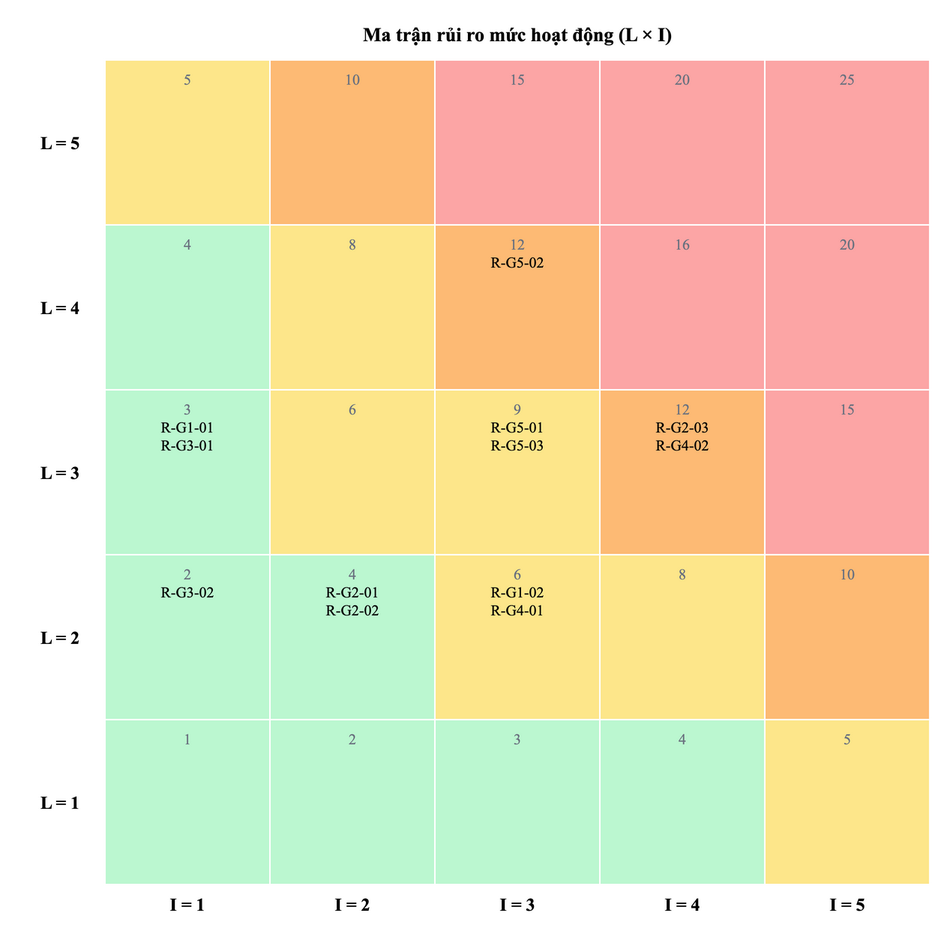
Earlier version of the draw.io export docs/m2-report/diagrams/06-risk-matrix.png (nvdson2005/Parking-Management-System). Source tidied: cells renumbered, new cells last; positions are measured from the earlier drawing's top-left corner, leaving out a move shared by most shapes.
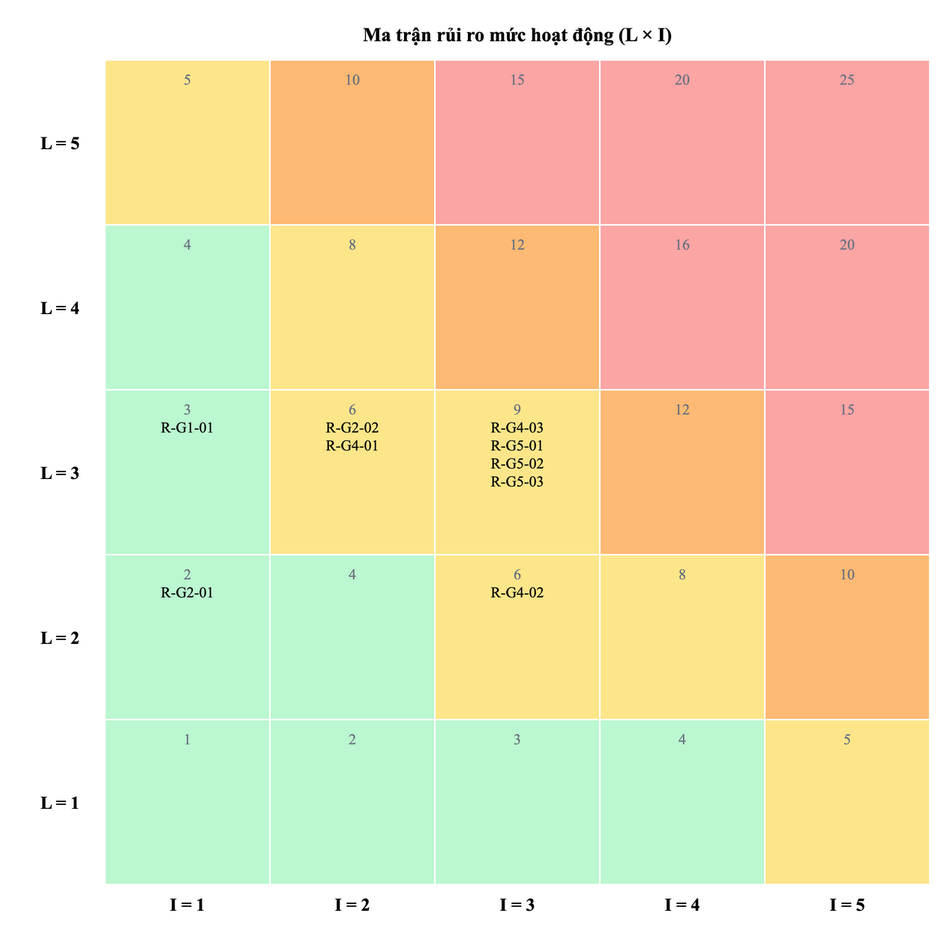
The same file after the commit.

The edit, as a diff of the source:
```diff
@@ -29,7 +29,7 @@
     <mxCell id="10" value="&lt;font color=&quot;#6B7280&quot;&gt;8&lt;/font&gt;&lt;br&gt;" style="fontFamily=Times New Roman;whiteSpace=wrap;html=1;fillColor=#FDE68A;strokeColor=#FFFFFF;verticalAlign=top;fontSize=10;" parent="1" vertex="1">
       <mxGeometry x="170" y="140" width="110" height="110" as="geometry" />
     </mxCell>
-    <mxCell id="11" value="&lt;font color=&quot;#6B7280&quot;&gt;12&lt;/font&gt;&lt;br&gt;R-G5-02" style="fontFamily=Times New Roman;whiteSpace=wrap;html=1;fillColor=#FDBA74;strokeColor=#FFFFFF;verticalAlign=top;fontSize=10;" parent="1" vertex="1">
+    <mxCell id="11" value="&lt;font color=&quot;#6B7280&quot;&gt;12&lt;/font&gt;&lt;br&gt;" style="fontFamily=Times New Roman;whiteSpace=wrap;html=1;fillColor=#FDBA74;strokeColor=#FFFFFF;verticalAlign=top;fontSize=10;" parent="1" vertex="1">
       <mxGeometry x="280" y="140" width="110" height="110" as="geometry" />
     </mxCell>
     <mxCell id="12" value="&lt;font color=&quot;#6B7280&quot;&gt;16&lt;/font&gt;&lt;br&gt;" style="fontFamily=Times New Roman;whiteSpace=wrap;html=1;fillColor=#FCA5A5;strokeColor=#FFFFFF;verticalAlign=top;fontSize=10;" parent="1" vertex="1">
@@ -41,16 +41,16 @@
     <mxCell id="14" value="L = 3" style="fontFamily=Times New Roman;whiteSpace=wrap;html=1;fillColor=none;strokeColor=none;fontStyle=1;" parent="1" vertex="1">
       <mxGeometry y="250" width="60" height="110" as="geometry" />
     </mxCell>
-    <mxCell id="15" value="&lt;font color=&quot;#6B7280&quot;&gt;3&lt;/font&gt;&lt;br&gt;R-G1-01&lt;br&gt;R-G3-01" style="fontFamily=Times New Roman;whiteSpace=wrap;html=1;fillColor=#BBF7D0;strokeColor=#FFFFFF;verticalAlign=top;fontSize=10;" parent="1" vertex="1">
+    <mxCell id="15" value="&lt;font color=&quot;#6B7280&quot;&gt;3&lt;/font&gt;&lt;br&gt;R-G1-01" style="fontFamily=Times New Roman;whiteSpace=wrap;html=1;fillColor=#BBF7D0;strokeColor=#FFFFFF;verticalAlign=top;fontSize=10;" parent="1" vertex="1">
       <mxGeometry x="60" y="250" width="110" height="110" as="geometry" />
     </mxCell>
-    <mxCell id="16" value="&lt;font color=&quot;#6B7280&quot;&gt;6&lt;/font&gt;&lt;br&gt;" style="fontFamily=Times New Roman;whiteSpace=wrap;html=1;fillColor=#FDE68A;strokeColor=#FFFFFF;verticalAlign=top;fontSize=10;" parent="1" vertex="1">
+    <mxCell id="16" value="&lt;font color=&quot;#6B7280&quot;&gt;6&lt;/font&gt;&lt;br&gt;R-G2-02&lt;br&gt;R-G4-01" style="fontFamily=Times New Roman;whiteSpace=wrap;html=1;fillColor=#FDE68A;strokeColor=#FFFFFF;verticalAlign=top;fontSize=10;" parent="1" vertex="1">
       <mxGeometry x="170" y="250" width="110" height="110" as="geometry" />
     </mxCell>
-    <mxCell id="17" value="&lt;font color=&quot;#6B7280&quot;&gt;9&lt;/font&gt;&lt;br&gt;R-G5-01&lt;br&gt;R-G5-03" style="fontFamily=Times New Roman;whiteSpace=wrap;html=1;fillColor=#FDE68A;strokeColor=#FFFFFF;verticalAlign=top;fontSize=10;" parent="1" vertex="1">
+    <mxCell id="17" value="&lt;font color=&quot;#6B7280&quot;&gt;9&lt;/font&gt;&lt;br&gt;R-G4-03&lt;br&gt;R-G5-01&lt;br&gt;R-G5-02&lt;br&gt;R-G5-03" style="fontFamily=Times New Roman;whiteSpace=wrap;html=1;fillColor=#FDE68A;strokeColor=#FFFFFF;verticalAlign=top;fontSize=10;" parent="1" vertex="1">
       <mxGeometry x="280" y="250" width="110" height="110" as="geometry" />
     </mxCell>
-    <mxCell id="18" value="&lt;font color=&quot;#6B7280&quot;&gt;12&lt;/font&gt;&lt;br&gt;R-G2-03&lt;br&gt;R-G4-02" style="fontFamily=Times New Roman;whiteSpace=wrap;html=1;fillColor=#FDBA74;strokeColor=#FFFFFF;verticalAlign=top;fontSize=10;" parent="1" vertex="1">
+    <mxCell id="18" value="&lt;font color=&quot;#6B7280&quot;&gt;12&lt;/font&gt;&lt;br&gt;" style="fontFamily=Times New Roman;whiteSpace=wrap;html=1;fillColor=#FDBA74;strokeColor=#FFFFFF;verticalAlign=top;fontSize=10;" parent="1" vertex="1">
       <mxGeometry x="390" y="250" width="110" height="110" as="geometry" />
     </mxCell>
     <mxCell id="19" value="&lt;font color=&quot;#6B7280&quot;&gt;15&lt;/font&gt;&lt;br&gt;" style="fontFamily=Times New Roman;whiteSpace=wrap;html=1;fillColor=#FCA5A5;strokeColor=#FFFFFF;verticalAlign=top;fontSize=10;" parent="1" vertex="1">
@@ -59,13 +59,13 @@
     <mxCell id="20" value="L = 2" style="fontFamily=Times New Roman;whiteSpace=wrap;html=1;fillColor=none;strokeColor=none;fontStyle=1;" parent="1" vertex="1">
       <mxGeometry y="360" width="60" height="110" as="geometry" />
     </mxCell>
-    <mxCell id="21" value="&lt;font color=&quot;#6B7280&quot;&gt;2&lt;/font&gt;&lt;br&gt;R-G3-02" style="fontFamily=Times New Roman;whiteSpace=wrap;html=1;fillColor=#BBF7D0;strokeColor=#FFFFFF;verticalAlign=top;fontSize=10;" parent="1" vertex="1">
+    <mxCell id="21" value="&lt;font color=&quot;#6B7280&quot;&gt;2&lt;/font&gt;&lt;br&gt;R-G2-01" style="fontFamily=Times New Roman;whiteSpace=wrap;html=1;fillColor=#BBF7D0;strokeColor=#FFFFFF;verticalAlign=top;fontSize=10;" parent="1" vertex="1">
       <mxGeometry x="60" y="360" width="110" height="110" as="geometry" />
     </mxCell>
-    <mxCell id="22" value="&lt;font color=&quot;#6B7280&quot;&gt;4&lt;/font&gt;&lt;br&gt;R-G2-01&lt;br&gt;R-G2-02" style="fontFamily=Times New Roman;whiteSpace=wrap;html=1;fillColor=#BBF7D0;strokeColor=#FFFFFF;verticalAlign=top;fontSize=10;" parent="1" vertex="1">
+    <mxCell id="22" value="&lt;font color=&quot;#6B7280&quot;&gt;4&lt;/font&gt;&lt;br&gt;" style="fontFamily=Times New Roman;whiteSpace=wrap;html=1;fillColor=#BBF7D0;strokeColor=#FFFFFF;verticalAlign=top;fontSize=10;" parent="1" vertex="1">
       <mxGeometry x="170" y="360" width="110" height="110" as="geometry" />
     </mxCell>
-    <mxCell id="23" value="&lt;font color=&quot;#6B7280&quot;&gt;6&lt;/font&gt;&lt;br&gt;R-G1-02&lt;br&gt;R-G4-01" style="fontFamily=Times New Roman;whiteSpace=wrap;html=1;fillColor=#FDE68A;strokeColor=#FFFFFF;verticalAlign=top;fontSize=10;" parent="1" vertex="1">
+    <mxCell id="23" value="&lt;font color=&quot;#6B7280&quot;&gt;6&lt;/font&gt;&lt;br&gt;R-G4-02" style="fontFamily=Times New Roman;whiteSpace=wrap;html=1;fillColor=#FDE68A;strokeColor=#FFFFFF;verticalAlign=top;fontSize=10;" parent="1" vertex="1">
       <mxGeometry x="280" y="360" width="110" height="110" as="geometry" />
     </mxCell>
     <mxCell id="24" value="&lt;font color=&quot;#6B7280&quot;&gt;8&lt;/font&gt;&lt;br&gt;" style="fontFamily=Times New Roman;whiteSpace=wrap;html=1;fillColor=#FDE68A;strokeColor=#FFFFFF;verticalAlign=top;fontSize=10;" parent="1" vertex="1">
```
